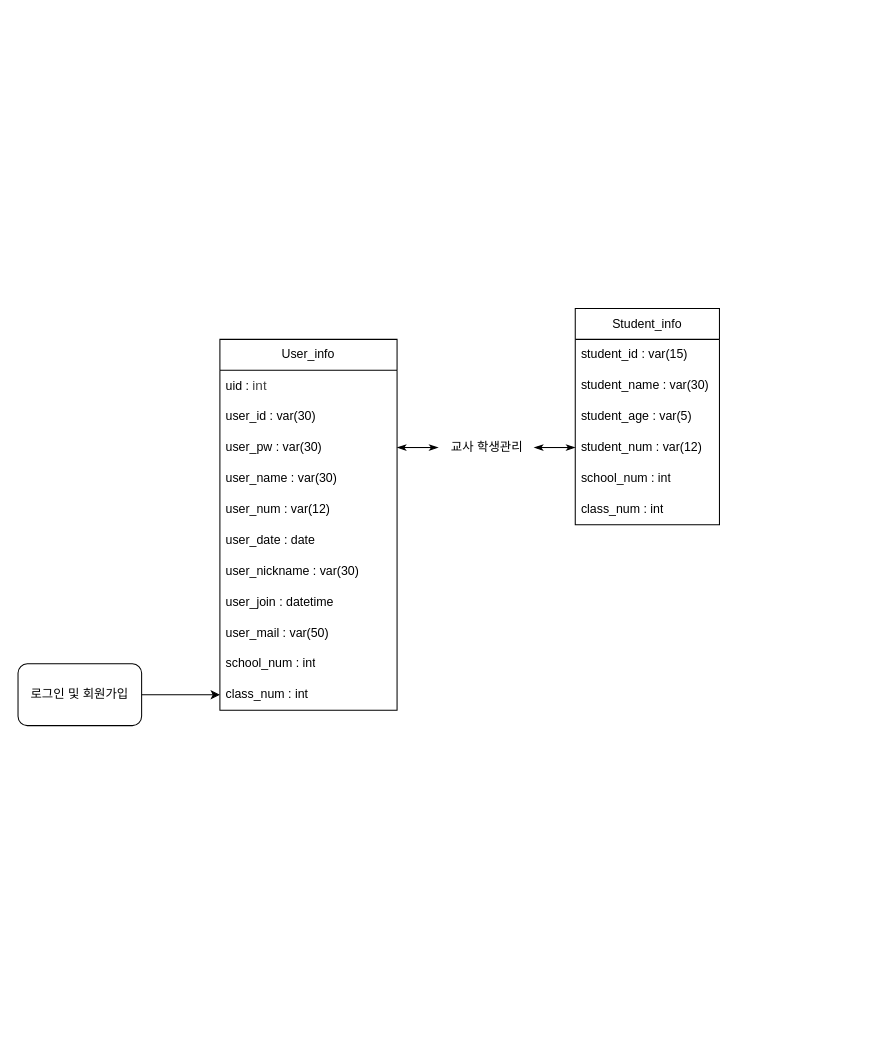
Earlier version of the draw.io diagram database.drawio (programrsky/Jaeseok_Lee). Source tidied: cells renumbered, new cells numbered last; positions are measured from the earlier drawing's top-left corner, leaving out a move shared by most shapes. Both pictures are drawn from the tidied source at 103%, with x=0, y=0 at pixel (18, 308).
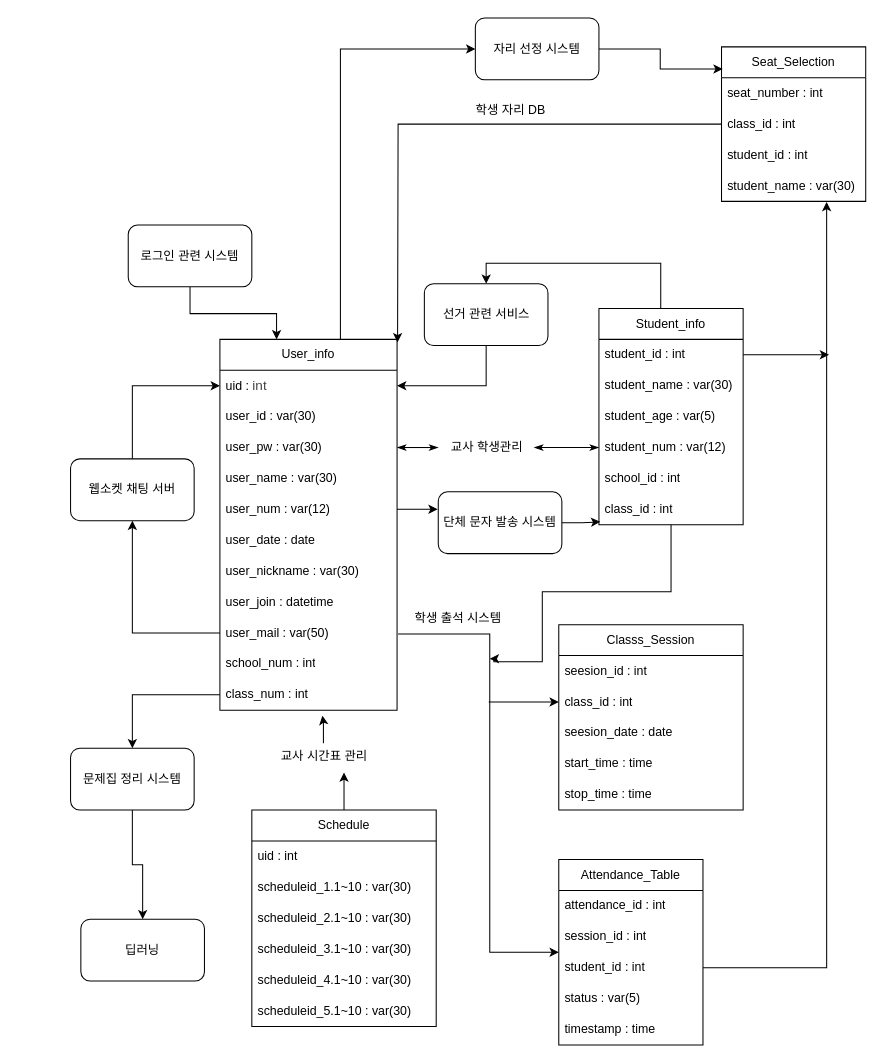
The same page after the edit.

Commit message:
7월10일 데이터 베이스 구조 1차 정리

Unchanged cells that the change refers to:
```xml
<mxCell id="2" value="User_info" style="swimlane;fontStyle=0;horizontal=1;startSize=30;whiteSpace=wrap;html=1;" parent="1" vertex="1">
  <mxGeometry x="196" y="30" width="172" height="360" as="geometry" />
</mxCell>
<mxCell id="3" value="uid :&amp;nbsp;&lt;span style=&quot;color: rgb(68, 68, 68); font-family: sans-serif; font-size: 13.12px; background-color: rgb(255, 255, 255);&quot;&gt;int&lt;/span&gt;" style="text;strokeColor=none;fillColor=none;align=left;verticalAlign=middle;spacingLeft=4;spacingRight=4;overflow=hidden;points=[[0,0.5],[1,0.5]];portConstraint=eastwest;whiteSpace=wrap;html=1;" parent="2" vertex="1">
  <mxGeometry y="30" width="172" height="30" as="geometry" />
</mxCell>
<mxCell id="7" value="user_num : var(12)" style="text;strokeColor=none;fillColor=none;align=left;verticalAlign=middle;spacingLeft=4;spacingRight=4;overflow=hidden;points=[[0,0.5],[1,0.5]];portConstraint=eastwest;whiteSpace=wrap;html=1;" parent="2" vertex="1">
  <mxGeometry y="150" width="172" height="30" as="geometry" />
</mxCell>
<mxCell id="11" value="user_mail : var(50)" style="text;strokeColor=none;fillColor=none;align=left;verticalAlign=middle;spacingLeft=4;spacingRight=4;overflow=hidden;points=[[0,0.5],[1,0.5]];portConstraint=eastwest;whiteSpace=wrap;html=1;" parent="2" vertex="1">
  <mxGeometry y="270" width="172" height="30" as="geometry" />
</mxCell>
<mxCell id="13" value="class_num : int" style="text;strokeColor=none;fillColor=none;align=left;verticalAlign=middle;spacingLeft=4;spacingRight=4;overflow=hidden;points=[[0,0.5],[1,0.5]];portConstraint=eastwest;whiteSpace=wrap;html=1;" parent="2" vertex="1">
  <mxGeometry y="330" width="172" height="30" as="geometry" />
</mxCell>
```

Change to the diagram source:
```diff
@@
+    <mxCell id="26" style="edgeStyle=orthogonalEdgeStyle;rounded=0;jettySize=auto;html=1;entryX=0;entryY=0.5;entryDx=0;entryDy=0;" parent="1" edge="1" source="2" target="68">
+      <mxGeometry relative="1" as="geometry">
+        <Array as="points">
+          <mxPoint x="313" y="-252" />
+        </Array>
+      </mxGeometry>
+    </mxCell>
@@
+    <mxCell id="27" style="edgeStyle=orthogonalEdgeStyle;rounded=0;jettySize=auto;html=1;" parent="2" edge="1" source="7">
+      <mxGeometry relative="1" as="geometry">
+        <mxPoint x="211.4" y="165" as="targetPoint" />
+      </mxGeometry>
+    </mxCell>
@@
+    <mxCell id="28" style="edgeStyle=orthogonalEdgeStyle;rounded=0;jettySize=auto;html=1;entryX=0.5;entryY=0;entryDx=0;entryDy=0;" parent="1" edge="1" source="14" target="57">
+      <mxGeometry relative="1" as="geometry">
+        <Array as="points">
+          <mxPoint x="624" y="-44" />
+          <mxPoint x="455" y="-44" />
+        </Array>
+      </mxGeometry>
+    </mxCell>
     <mxCell id="14" value="Student_info" style="swimlane;fontStyle=0;horizontal=1;startSize=30;whiteSpace=wrap;html=1;" parent="1" vertex="1">
-      <mxGeometry x="541" width="140" height="210" as="geometry" />
+      <mxGeometry x="564" width="140" height="210" as="geometry" />
     </mxCell>
+    <mxCell id="29" style="edgeStyle=orthogonalEdgeStyle;rounded=0;jettySize=auto;html=1;" parent="14" edge="1" source="15">
+      <mxGeometry relative="1" as="geometry">
+        <mxPoint x="223.4" y="45" as="targetPoint" />
+      </mxGeometry>
+    </mxCell>
-    <mxCell id="15" value="student_id : var(15)" style="text;strokeColor=none;fillColor=none;align=left;verticalAlign=middle;spacingLeft=4;spacingRight=4;overflow=hidden;points=[[0,0.5],[1,0.5]];portConstraint=eastwest;whiteSpace=wrap;html=1;" parent="14" vertex="1">
+    <mxCell id="15" value="student_id : int" style="text;strokeColor=none;fillColor=none;align=left;verticalAlign=middle;spacingLeft=4;spacingRight=4;overflow=hidden;points=[[0,0.5],[1,0.5]];portConstraint=eastwest;whiteSpace=wrap;html=1;" parent="14" vertex="1">
       <mxGeometry y="30" width="140" height="30" as="geometry" />
     </mxCell>
@@
-    <mxCell id="19" value="school_num : int" style="text;strokeColor=none;fillColor=none;align=left;verticalAlign=middle;spacingLeft=4;spacingRight=4;overflow=hidden;whiteSpace=wrap;html=1;" parent="14" vertex="1">
+    <mxCell id="19" value="school_id : int" style="text;strokeColor=none;fillColor=none;align=left;verticalAlign=middle;spacingLeft=4;spacingRight=4;overflow=hidden;whiteSpace=wrap;html=1;" parent="14" vertex="1">
       <mxGeometry y="150" width="140" height="30" as="geometry" />
     </mxCell>
+    <mxCell id="30" style="edgeStyle=orthogonalEdgeStyle;rounded=0;jettySize=auto;html=1;" parent="14" edge="1" source="20">
+      <mxGeometry relative="1" as="geometry">
+        <mxPoint x="-106" y="340" as="targetPoint" />
+        <Array as="points">
+          <mxPoint x="70" y="275" />
+          <mxPoint x="-55" y="275" />
+          <mxPoint x="-55" y="343" />
+          <mxPoint x="-102" y="343" />
+          <mxPoint x="-102" y="340" />
+        </Array>
+      </mxGeometry>
+    </mxCell>
-    <mxCell id="20" value="class_num : int" style="text;strokeColor=none;fillColor=none;align=left;verticalAlign=middle;spacingLeft=4;spacingRight=4;overflow=hidden;points=[[0,0.5],[1,0.5]];portConstraint=eastwest;whiteSpace=wrap;html=1;" parent="14" vertex="1">
+    <mxCell id="20" value="class_id : int" style="text;strokeColor=none;fillColor=none;align=left;verticalAlign=middle;spacingLeft=4;spacingRight=4;overflow=hidden;points=[[0,0.5],[1,0.5]];portConstraint=eastwest;whiteSpace=wrap;html=1;" parent="14" vertex="1">
       <mxGeometry y="180" width="140" height="30" as="geometry" />
     </mxCell>
@@
-    <mxCell id="24" style="edgeStyle=orthogonalEdgeStyle;rounded=0;jettySize=auto;html=1;" parent="1" edge="1" source="25" target="13">
-      <mxGeometry relative="1" as="geometry" />
-    </mxCell>
-    <mxCell id="25" value="로그인 및 회원가입" style="rounded=1;whiteSpace=wrap;html=1;" parent="1" vertex="1">
-      <mxGeometry y="345" width="120" height="60" as="geometry" />
-    </mxCell>
+    <mxCell id="31" style="edgeStyle=orthogonalEdgeStyle;rounded=0;jettySize=auto;html=1;" parent="1" edge="1" source="32">
+      <mxGeometry relative="1" as="geometry">
+        <mxPoint x="316.5" y="450.6" as="targetPoint" />
+      </mxGeometry>
+    </mxCell>
+    <mxCell id="32" value="Schedule" style="swimlane;fontStyle=0;horizontal=1;startSize=30;whiteSpace=wrap;html=1;" parent="1" vertex="1">
+      <mxGeometry x="227" y="487" width="179" height="210" as="geometry" />
+    </mxCell>
+    <mxCell id="33" value="uid : int" style="text;strokeColor=none;fillColor=none;align=left;verticalAlign=middle;spacingLeft=4;spacingRight=4;overflow=hidden;whiteSpace=wrap;html=1;" parent="32" vertex="1">
+      <mxGeometry y="30" width="179" height="30" as="geometry" />
+    </mxCell>
+    <mxCell id="34" value="scheduleid_1.1~10 : var(30)" style="text;strokeColor=none;fillColor=none;align=left;verticalAlign=middle;spacingLeft=4;spacingRight=4;overflow=hidden;whiteSpace=wrap;html=1;" parent="32" vertex="1">
+      <mxGeometry y="60" width="179" height="30" as="geometry" />
+    </mxCell>
+    <mxCell id="35" value="scheduleid_2.1~10 : var(30)" style="text;strokeColor=none;fillColor=none;align=left;verticalAlign=middle;spacingLeft=4;spacingRight=4;overflow=hidden;whiteSpace=wrap;html=1;" parent="32" vertex="1">
+      <mxGeometry y="90" width="179" height="30" as="geometry" />
+    </mxCell>
+    <mxCell id="36" value="scheduleid_3.1~10 : var(30)" style="text;strokeColor=none;fillColor=none;align=left;verticalAlign=middle;spacingLeft=4;spacingRight=4;overflow=hidden;whiteSpace=wrap;html=1;" parent="32" vertex="1">
+      <mxGeometry y="120" width="179" height="30" as="geometry" />
+    </mxCell>
+    <mxCell id="37" value="scheduleid_4.1~10 : var(30)" style="text;strokeColor=none;fillColor=none;align=left;verticalAlign=middle;spacingLeft=4;spacingRight=4;overflow=hidden;whiteSpace=wrap;html=1;" parent="32" vertex="1">
+      <mxGeometry y="150" width="179" height="30" as="geometry" />
+    </mxCell>
+    <mxCell id="38" value="scheduleid_5.1~10 : var(30)" style="text;strokeColor=none;fillColor=none;align=left;verticalAlign=middle;spacingLeft=4;spacingRight=4;overflow=hidden;whiteSpace=wrap;html=1;" parent="32" vertex="1">
+      <mxGeometry y="180" width="179" height="30" as="geometry" />
+    </mxCell>
+    <mxCell id="39" style="edgeStyle=orthogonalEdgeStyle;rounded=0;jettySize=auto;html=1;" parent="1" edge="1" source="40">
+      <mxGeometry relative="1" as="geometry">
+        <mxPoint x="295.5" y="395.3" as="targetPoint" />
+      </mxGeometry>
+    </mxCell>
+    <mxCell id="40" value="교사 시간표 관리" style="text;html=1;align=center;verticalAlign=middle;points=[];strokeColor=none;fillColor=none;" parent="1" vertex="1">
+      <mxGeometry x="248" y="422" width="97" height="26" as="geometry" />
+    </mxCell>
+    <mxCell id="41" value="Classs_Session" style="swimlane;fontStyle=0;horizontal=1;startSize=30;whiteSpace=wrap;html=1;" parent="1" vertex="1">
+      <mxGeometry x="525" y="307" width="179" height="180" as="geometry" />
+    </mxCell>
+    <mxCell id="42" value="seesion_id : int" style="text;strokeColor=none;fillColor=none;align=left;verticalAlign=middle;spacingLeft=4;spacingRight=4;overflow=hidden;whiteSpace=wrap;html=1;" parent="41" vertex="1">
+      <mxGeometry y="30" width="179" height="30" as="geometry" />
+    </mxCell>
+    <mxCell id="43" style="edgeStyle=orthogonalEdgeStyle;rounded=0;jettySize=auto;html=1;endArrow=none;endFill=0;startArrow=classic;startFill=1;" parent="41" edge="1" source="44">
+      <mxGeometry relative="1" as="geometry">
+        <mxPoint x="-68" y="75" as="targetPoint" />
+      </mxGeometry>
+    </mxCell>
+    <mxCell id="44" value="class_id : int" style="text;strokeColor=none;fillColor=none;align=left;verticalAlign=middle;spacingLeft=4;spacingRight=4;overflow=hidden;points=[[0,0.5],[1,0.5]];portConstraint=eastwest;whiteSpace=wrap;html=1;" parent="41" vertex="1">
+      <mxGeometry y="60" width="179" height="30" as="geometry" />
+    </mxCell>
+    <mxCell id="45" value="seesion_date : date" style="text;strokeColor=none;fillColor=none;align=left;verticalAlign=middle;spacingLeft=4;spacingRight=4;overflow=hidden;whiteSpace=wrap;html=1;" parent="41" vertex="1">
+      <mxGeometry y="90" width="179" height="30" as="geometry" />
+    </mxCell>
+    <mxCell id="46" value="start_time : time" style="text;strokeColor=none;fillColor=none;align=left;verticalAlign=middle;spacingLeft=4;spacingRight=4;overflow=hidden;whiteSpace=wrap;html=1;" parent="41" vertex="1">
+      <mxGeometry y="120" width="179" height="30" as="geometry" />
+    </mxCell>
+    <mxCell id="47" value="stop_time : time" style="text;strokeColor=none;fillColor=none;align=left;verticalAlign=middle;spacingLeft=4;spacingRight=4;overflow=hidden;whiteSpace=wrap;html=1;" parent="41" vertex="1">
+      <mxGeometry y="150" width="179" height="30" as="geometry" />
+    </mxCell>
+    <mxCell id="48" style="edgeStyle=orthogonalEdgeStyle;rounded=0;jettySize=auto;html=1;endArrow=none;endFill=0;startArrow=classic;startFill=1;" parent="1" edge="1" source="49">
+      <mxGeometry relative="1" as="geometry">
+        <mxPoint x="369" y="316" as="targetPoint" />
+        <Array as="points">
+          <mxPoint x="458" y="625" />
+        </Array>
+      </mxGeometry>
+    </mxCell>
+    <mxCell id="49" value="Attendance_Table" style="swimlane;fontStyle=0;horizontal=1;startSize=30;whiteSpace=wrap;html=1;" parent="1" vertex="1">
+      <mxGeometry x="525" y="535" width="140" height="180" as="geometry" />
+    </mxCell>
+    <mxCell id="50" value="attendance_id : int" style="text;strokeColor=none;fillColor=none;align=left;verticalAlign=middle;spacingLeft=4;spacingRight=4;overflow=hidden;whiteSpace=wrap;html=1;" parent="49" vertex="1">
+      <mxGeometry y="30" width="140" height="30" as="geometry" />
+    </mxCell>
+    <mxCell id="51" value="session_id : int" style="text;strokeColor=none;fillColor=none;align=left;verticalAlign=middle;spacingLeft=4;spacingRight=4;overflow=hidden;whiteSpace=wrap;html=1;" parent="49" vertex="1">
+      <mxGeometry y="60" width="140" height="30" as="geometry" />
+    </mxCell>
+    <mxCell id="52" value="student_id : int" style="text;strokeColor=none;fillColor=none;align=left;verticalAlign=middle;spacingLeft=4;spacingRight=4;overflow=hidden;points=[[0,0.5],[1,0.5]];portConstraint=eastwest;whiteSpace=wrap;html=1;" parent="49" vertex="1">
+      <mxGeometry y="90" width="140" height="30" as="geometry" />
+    </mxCell>
+    <mxCell id="53" value="status : var(5)" style="text;strokeColor=none;fillColor=none;align=left;verticalAlign=middle;spacingLeft=4;spacingRight=4;overflow=hidden;whiteSpace=wrap;html=1;" parent="49" vertex="1">
+      <mxGeometry y="120" width="140" height="30" as="geometry" />
+    </mxCell>
+    <mxCell id="54" value="timestamp : time" style="text;strokeColor=none;fillColor=none;align=left;verticalAlign=middle;spacingLeft=4;spacingRight=4;overflow=hidden;whiteSpace=wrap;html=1;" parent="49" vertex="1">
+      <mxGeometry y="150" width="140" height="30" as="geometry" />
+    </mxCell>
+    <mxCell id="55" value="학생 출석 시스템" style="text;html=1;align=center;verticalAlign=middle;strokeColor=none;fillColor=none;" parent="1" vertex="1">
+      <mxGeometry x="378" y="288" width="97" height="26" as="geometry" />
+    </mxCell>
+    <mxCell id="56" style="edgeStyle=orthogonalEdgeStyle;rounded=0;jettySize=auto;html=1;" parent="1" edge="1" source="57" target="3">
+      <mxGeometry relative="1" as="geometry" />
+    </mxCell>
+    <mxCell id="57" value="선거 관련 서비스" style="rounded=1;whiteSpace=wrap;html=1;" parent="1" vertex="1">
+      <mxGeometry x="394.5" y="-24" width="120" height="60" as="geometry" />
+    </mxCell>
+    <mxCell id="58" style="edgeStyle=orthogonalEdgeStyle;rounded=0;jettySize=auto;html=1;" parent="1" edge="1" source="59" target="2">
+      <mxGeometry relative="1" as="geometry">
+        <Array as="points">
+          <mxPoint x="167" y="5" />
+          <mxPoint x="251" y="5" />
+        </Array>
+      </mxGeometry>
+    </mxCell>
+    <mxCell id="59" value="로그인 관련 시스템" style="rounded=1;whiteSpace=wrap;html=1;" parent="1" vertex="1">
+      <mxGeometry x="107" y="-81" width="120" height="60" as="geometry" />
+    </mxCell>
+    <mxCell id="60" style="edgeStyle=orthogonalEdgeStyle;rounded=0;jettySize=auto;html=1;" parent="1" edge="1" source="61">
+      <mxGeometry relative="1" as="geometry">
+        <mxPoint x="368.5" y="32.9" as="targetPoint" />
+      </mxGeometry>
+    </mxCell>
+    <mxCell id="61" value="Seat_Selection" style="swimlane;fontStyle=0;horizontal=1;startSize=30;whiteSpace=wrap;html=1;" parent="1" vertex="1">
+      <mxGeometry x="683" y="-254" width="140" height="150" as="geometry" />
+    </mxCell>
+    <mxCell id="62" value="seat_number : int" style="text;strokeColor=none;fillColor=none;align=left;verticalAlign=middle;spacingLeft=4;spacingRight=4;overflow=hidden;whiteSpace=wrap;html=1;" parent="61" vertex="1">
+      <mxGeometry y="30" width="140" height="30" as="geometry" />
+    </mxCell>
+    <mxCell id="63" value="class_id : int" style="text;strokeColor=none;fillColor=none;align=left;verticalAlign=middle;spacingLeft=4;spacingRight=4;overflow=hidden;whiteSpace=wrap;html=1;" parent="61" vertex="1">
+      <mxGeometry y="60" width="140" height="30" as="geometry" />
+    </mxCell>
+    <mxCell id="64" value="student_id : int" style="text;strokeColor=none;fillColor=none;align=left;verticalAlign=middle;spacingLeft=4;spacingRight=4;overflow=hidden;whiteSpace=wrap;html=1;" parent="61" vertex="1">
+      <mxGeometry y="90" width="140" height="30" as="geometry" />
+    </mxCell>
+    <mxCell id="65" value="student_name : var(30)" style="text;strokeColor=none;fillColor=none;align=left;verticalAlign=middle;spacingLeft=4;spacingRight=4;overflow=hidden;points=[[0,0.5],[1,0.5]];portConstraint=eastwest;whiteSpace=wrap;html=1;" parent="61" vertex="1">
+      <mxGeometry y="120" width="140" height="30" as="geometry" />
+    </mxCell>
+    <mxCell id="66" style="edgeStyle=orthogonalEdgeStyle;rounded=0;jettySize=auto;html=1;entryX=0.729;entryY=1.019;entryDx=0;entryDy=0;entryPerimeter=0;" parent="1" edge="1" source="52" target="65">
+      <mxGeometry relative="1" as="geometry" />
+    </mxCell>
+    <mxCell id="67" value="학생 자리 DB" style="text;html=1;align=center;verticalAlign=middle;strokeColor=none;fillColor=none;" parent="1" vertex="1">
+      <mxGeometry x="436" y="-205" width="83" height="26" as="geometry" />
+    </mxCell>
+    <mxCell id="68" value="자리 선정 시스템" style="rounded=1;whiteSpace=wrap;html=1;" parent="1" vertex="1">
+      <mxGeometry x="444" y="-282" width="120" height="60" as="geometry" />
+    </mxCell>
+    <mxCell id="69" style="edgeStyle=orthogonalEdgeStyle;rounded=0;jettySize=auto;html=1;entryX=0.008;entryY=0.143;entryDx=0;entryDy=0;entryPerimeter=0;" parent="1" edge="1" source="68" target="61">
+      <mxGeometry relative="1" as="geometry" />
+    </mxCell>
+    <mxCell id="70" style="edgeStyle=orthogonalEdgeStyle;rounded=0;jettySize=auto;html=1;entryX=0;entryY=0.5;entryDx=0;entryDy=0;" parent="1" edge="1" source="71" target="3">
+      <mxGeometry relative="1" as="geometry" />
+    </mxCell>
+    <mxCell id="71" value="웹소켓 채팅 서버" style="rounded=1;whiteSpace=wrap;html=1;" parent="1" vertex="1">
+      <mxGeometry x="51" y="146" width="120" height="60" as="geometry" />
+    </mxCell>
+    <mxCell id="72" style="edgeStyle=orthogonalEdgeStyle;rounded=0;jettySize=auto;html=1;entryX=0.5;entryY=1;entryDx=0;entryDy=0;" parent="1" edge="1" source="11" target="71">
+      <mxGeometry relative="1" as="geometry" />
+    </mxCell>
+    <mxCell id="73" value="단체 문자 발송 시스템" style="rounded=1;whiteSpace=wrap;html=1;" parent="1" vertex="1">
+      <mxGeometry x="408" y="178" width="120" height="60" as="geometry" />
+    </mxCell>
+    <mxCell id="74" style="edgeStyle=orthogonalEdgeStyle;rounded=0;jettySize=auto;html=1;entryX=0.009;entryY=0.905;entryDx=0;entryDy=0;entryPerimeter=0;" parent="1" edge="1" source="73" target="20">
+      <mxGeometry relative="1" as="geometry" />
+    </mxCell>
+    <mxCell id="75" style="edgeStyle=orthogonalEdgeStyle;rounded=0;jettySize=auto;html=1;" parent="1" edge="1" source="76" target="77">
+      <mxGeometry relative="1" as="geometry" />
+    </mxCell>
+    <mxCell id="76" value="문제집 정리 시스템" style="rounded=1;whiteSpace=wrap;html=1;" parent="1" vertex="1">
+      <mxGeometry x="51" y="427" width="120" height="60" as="geometry" />
+    </mxCell>
+    <mxCell id="77" value="딥러닝" style="rounded=1;whiteSpace=wrap;html=1;" parent="1" vertex="1">
+      <mxGeometry x="61" y="593" width="120" height="60" as="geometry" />
+    </mxCell>
+    <mxCell id="78" style="edgeStyle=orthogonalEdgeStyle;rounded=0;jettySize=auto;html=1;entryX=0.5;entryY=0;entryDx=0;entryDy=0;" parent="1" edge="1" source="13" target="76">
+      <mxGeometry relative="1" as="geometry" />
+    </mxCell>
```
